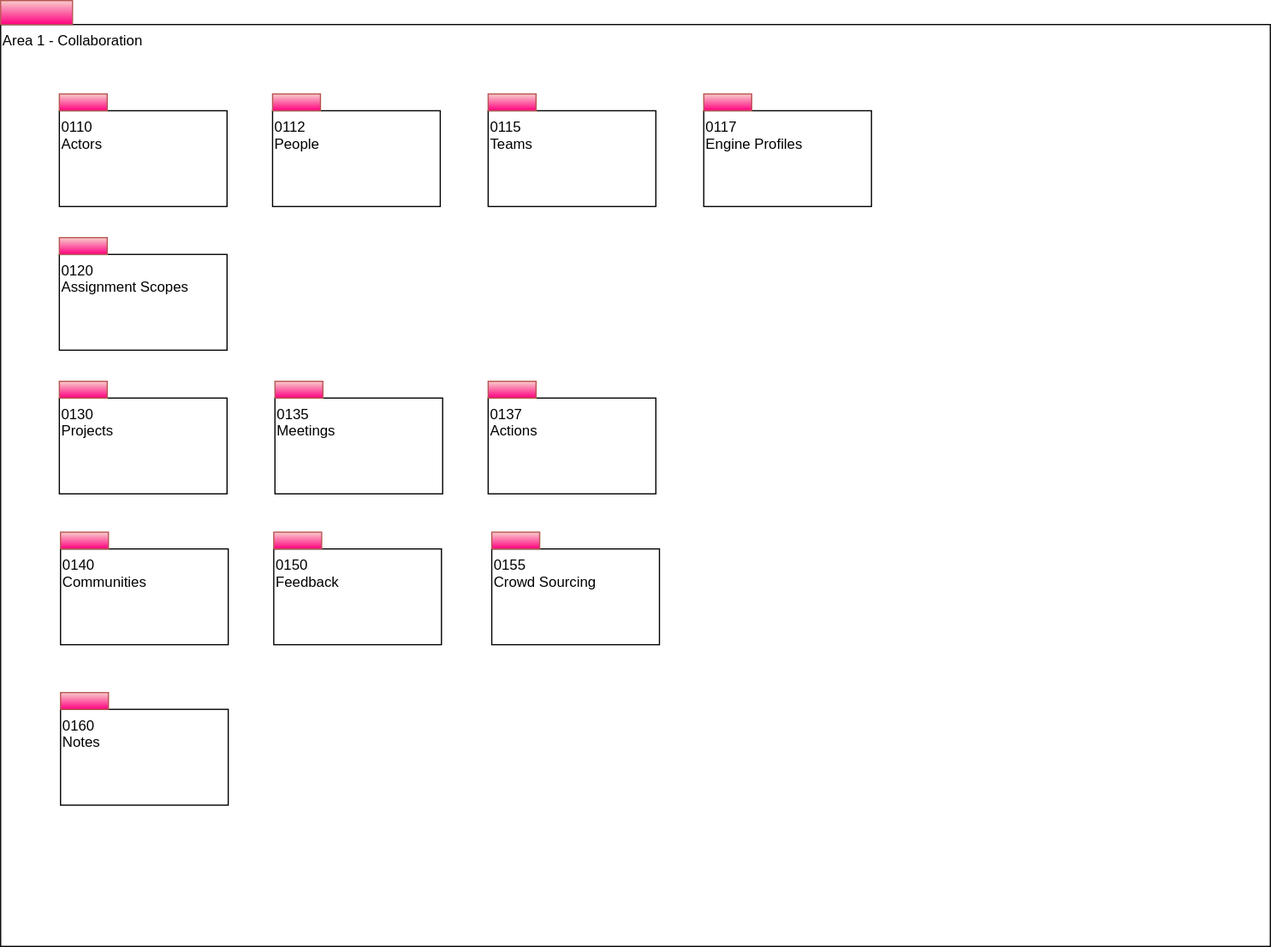
Above: site/docs/types/1/area-1-collaboration-overview.svg in odpi/egeria-docs (draw.io), before the change. Source tidied: cells renumbered, new cells last; positions are measured from the earlier drawing's top-left corner, leaving out a move shared by most shapes.
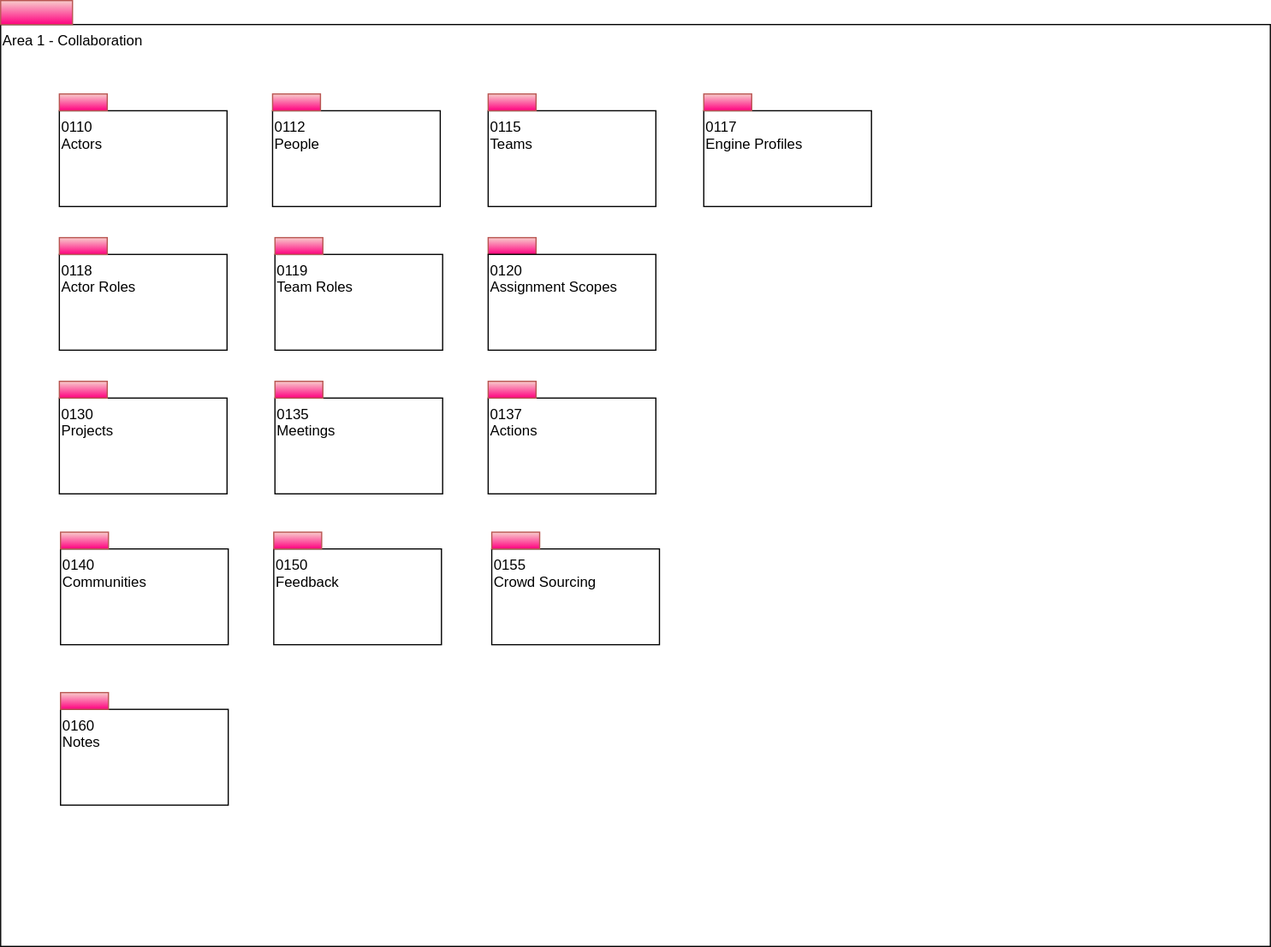
Above is the later version.

Change to the diagram source:
```diff
@@ -74,11 +74,23 @@
     <mxCell id="25" style="html=1;strokeColor=#b85450;align=center;fillColor=#f8cecc;gradientColor=#FF0080;" parent="1" vertex="1">
       <mxGeometry x="587" y="78" width="40" height="14" as="geometry" />
     </mxCell>
-    <mxCell id="26" value="0120&lt;br&gt;Assignment Scopes" style="rounded=0;whiteSpace=wrap;html=1;align=left;verticalAlign=top;" parent="1" vertex="1">
+    <mxCell id="26" value="0118&lt;br&gt;Actor Roles" style="rounded=0;whiteSpace=wrap;html=1;align=left;verticalAlign=top;" parent="1" vertex="1">
       <mxGeometry x="49" y="212" width="140" height="80" as="geometry" />
     </mxCell>
     <mxCell id="27" style="html=1;strokeColor=#b85450;align=center;fillColor=#f8cecc;gradientColor=#FF0080;" parent="1" vertex="1">
       <mxGeometry x="49" y="198" width="40" height="14" as="geometry" />
     </mxCell>
+    <mxCell id="28" value="0119&lt;br&gt;Team Roles" style="rounded=0;whiteSpace=wrap;html=1;align=left;verticalAlign=top;" parent="1" vertex="1">
+      <mxGeometry x="229" y="212" width="140" height="80" as="geometry" />
+    </mxCell>
+    <mxCell id="29" style="html=1;strokeColor=#b85450;align=center;fillColor=#f8cecc;gradientColor=#FF0080;" parent="1" vertex="1">
+      <mxGeometry x="407" y="198" width="40" height="14" as="geometry" />
+    </mxCell>
+    <mxCell id="30" value="0120&lt;br&gt;Assignment Scopes" style="rounded=0;whiteSpace=wrap;html=1;align=left;verticalAlign=top;" parent="1" vertex="1">
+      <mxGeometry x="407" y="212" width="140" height="80" as="geometry" />
+    </mxCell>
+    <mxCell id="31" style="html=1;strokeColor=#b85450;align=center;fillColor=#f8cecc;gradientColor=#FF0080;" parent="1" vertex="1">
+      <mxGeometry x="229" y="198" width="40" height="14" as="geometry" />
+    </mxCell>
   </root>
 </mxGraphModel>
```
